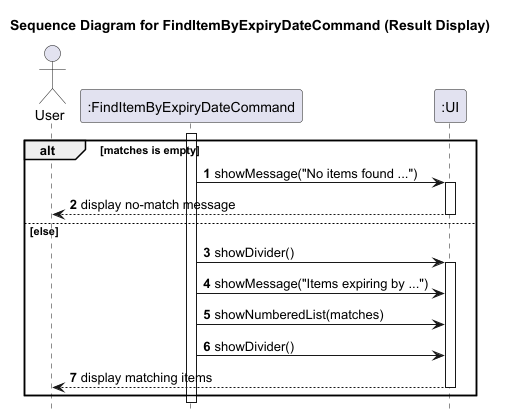
This is docs/diagrams/sequence/FindItemByExpiryDateCommandDisplayFlow.png from yueyang1111/tp, a PlantUML export, as it was before one commit.
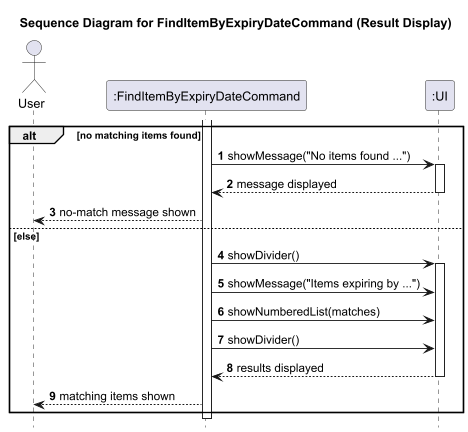
After the change.

Commit message:
Fix find diagrams

Change to the diagram source:
```diff
@@ -9,19 +9,21 @@
 participant ":UI" as UI
 
 activate FindItemByExpiryDateCommand
-alt matches is empty
+alt no matching items found
     FindItemByExpiryDateCommand -> UI: showMessage("No items found ...")
     activate UI
-    UI --> User: display no-match message
+    UI --> FindItemByExpiryDateCommand: message displayed
     deactivate UI
+    FindItemByExpiryDateCommand --> User: no-match message shown
 else else
     FindItemByExpiryDateCommand -> UI: showDivider()
     activate UI
     FindItemByExpiryDateCommand -> UI: showMessage("Items expiring by ...")
     FindItemByExpiryDateCommand -> UI: showNumberedList(matches)
     FindItemByExpiryDateCommand -> UI: showDivider()
-    UI --> User: display matching items
+    UI --> FindItemByExpiryDateCommand: results displayed
     deactivate UI
+    FindItemByExpiryDateCommand --> User: matching items shown
 end
 deactivate FindItemByExpiryDateCommand
 @enduml
```
